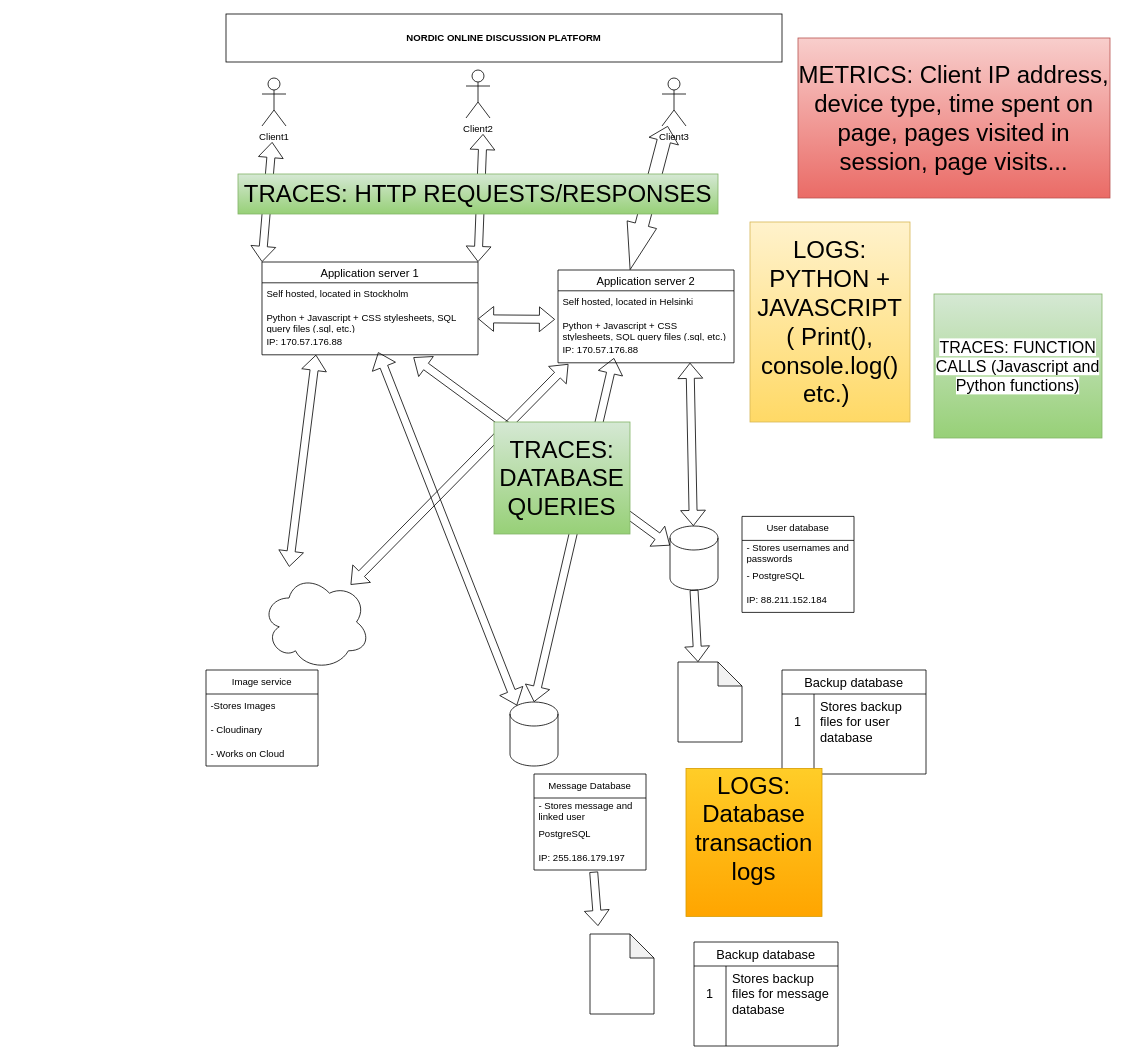
The draw.io diagram Imaginary_software.drawio in Fault-Furious/Documents, before the edit. Source tidied: cells renumbered, new cells numbered last; positions are measured from the earlier drawing's top-left corner, leaving out a move shared by most shapes. Both pictures are drawn from the tidied source at 80%, with x=0, y=0 at pixel (206, 14).
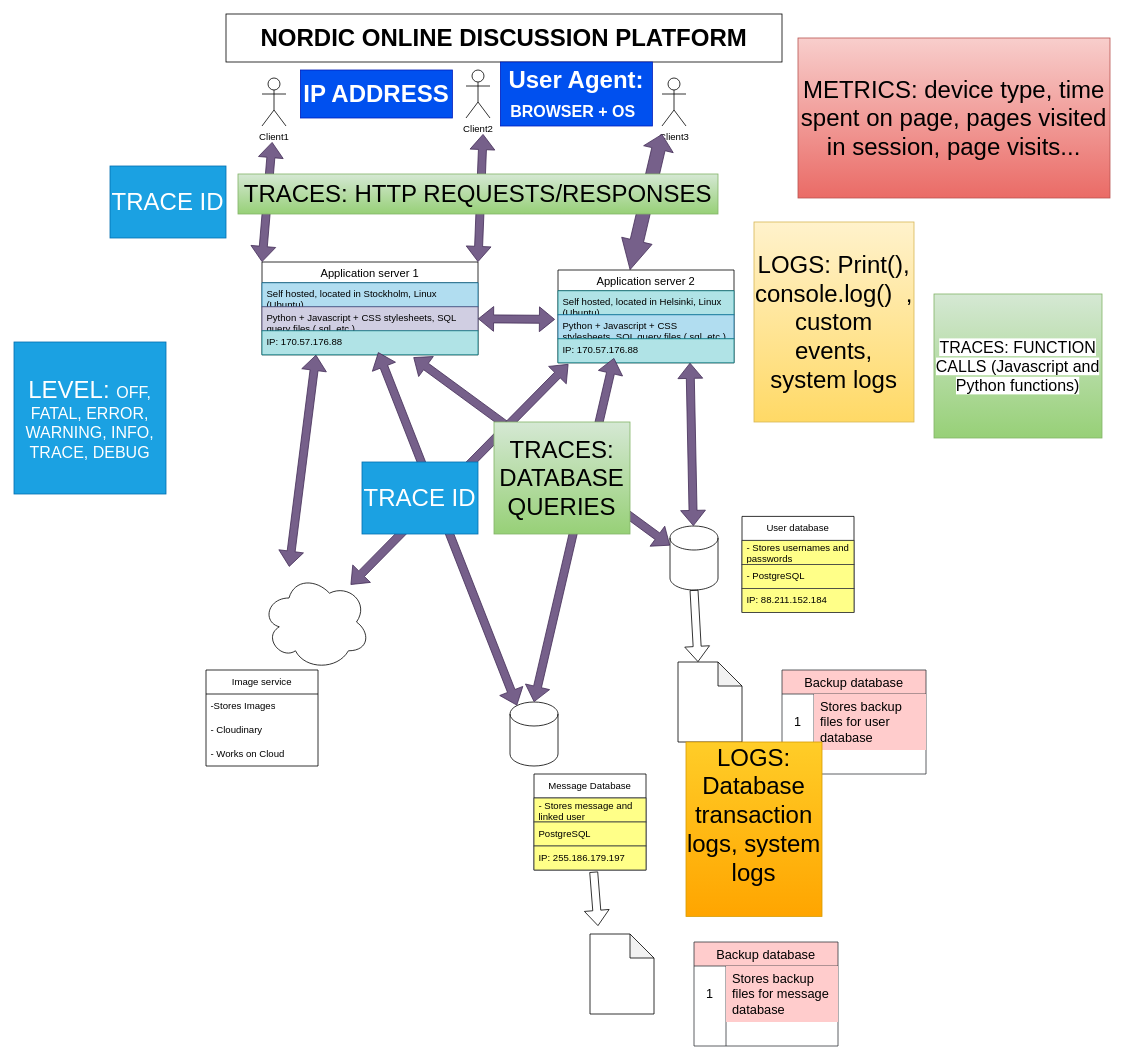
After the change.

Unchanged cells that the change refers to:
```xml
<mxCell id="3" value="Client3" style="shape=umlActor;verticalLabelPosition=bottom;verticalAlign=top;html=1;outlineConnect=0;" parent="1" vertex="1">
  <mxGeometry x="570" y="80" width="30" height="60" as="geometry" />
</mxCell>
<mxCell id="5" style="shape=cylinder3;whiteSpace=wrap;html=1;boundedLbl=1;backgroundOutline=1;size=15;" parent="1" vertex="1">
  <mxGeometry x="580" y="640" width="60" height="80" as="geometry" />
</mxCell>
<mxCell id="16" value="Application server 1" style="swimlane;fontStyle=0;horizontal=1;startSize=26;align=center;fontSize=14;" parent="1" vertex="1">
  <mxGeometry x="70" y="310" width="270" height="116" as="geometry" />
</mxCell>
<mxCell id="20" value="Application server 2" style="swimlane;fontStyle=0;horizontal=1;startSize=26;align=center;fontSize=14;" parent="1" vertex="1">
  <mxGeometry x="440" y="320" width="220" height="116" as="geometry" />
</mxCell>
<mxCell id="25" value="User database" style="swimlane;fontStyle=0;horizontal=1;startSize=30;whiteSpace=wrap;html=1;" parent="1" vertex="1">
  <mxGeometry x="670" y="628" width="140" height="120" as="geometry" />
</mxCell>
<mxCell id="29" style="shape=cylinder3;whiteSpace=wrap;html=1;boundedLbl=1;backgroundOutline=1;size=15;" parent="1" vertex="1">
  <mxGeometry x="380" y="860" width="60" height="80" as="geometry" />
</mxCell>
<mxCell id="32" value="Message Database" style="swimlane;fontStyle=0;horizontal=1;startSize=30;whiteSpace=wrap;html=1;" parent="1" vertex="1">
  <mxGeometry x="410" y="950" width="140" height="120" as="geometry" />
</mxCell>
<mxCell id="42" style="shape=tableRow;horizontal=0;startSize=0;swimlaneHead=0;swimlaneBody=0;top=0;left=0;bottom=0;right=0;fillColor=none;strokeColor=inherit;fontSize=16;" parent="41" vertex="1">
  <mxGeometry y="30" width="180" height="70" as="geometry" />
</mxCell>
<mxCell id="50" style="shape=tableRow;horizontal=0;startSize=0;swimlaneHead=0;swimlaneBody=0;top=0;left=0;bottom=0;right=0;fillColor=none;strokeColor=inherit;fontSize=16;" parent="49" vertex="1">
  <mxGeometry y="30" width="180" height="70" as="geometry" />
</mxCell>
```

Diff of the diagram source:
```diff
@@
-    <mxCell id="7" style="shape=flexArrow;endArrow=classic;startArrow=classic;html=1;rounded=0;exitX=0.4;exitY=0.1;exitDx=0;exitDy=0;exitPerimeter=0;entryX=0.25;entryY=1;entryDx=0;entryDy=0;" parent="1" edge="1" target="16">
+    <mxCell id="7" style="shape=flexArrow;endArrow=classic;startArrow=classic;html=1;rounded=0;exitX=0.4;exitY=0.1;exitDx=0;exitDy=0;exitPerimeter=0;entryX=0.25;entryY=1;entryDx=0;entryDy=0;fillColor=#76608a;strokeColor=#432D57;" parent="1" edge="1" target="16">
       <mxGeometry relative="1" as="geometry">
         <mxPoint x="104" y="691" as="sourcePoint" />
       </mxGeometry>
     </mxCell>
-    <mxCell id="8" style="shape=flexArrow;endArrow=classic;startArrow=classic;html=1;rounded=0;entryX=1;entryY=1;entryDx=0;entryDy=0;entryPerimeter=0;exitX=1;exitY=0;exitDx=0;exitDy=0;" parent="1" edge="1" source="16">
+    <mxCell id="8" style="shape=flexArrow;endArrow=classic;startArrow=classic;html=1;rounded=0;entryX=1;entryY=1;entryDx=0;entryDy=0;entryPerimeter=0;exitX=1;exitY=0;exitDx=0;exitDy=0;fillColor=#76608a;strokeColor=#432D57;" parent="1" edge="1" source="16">
       <mxGeometry relative="1" as="geometry">
         <mxPoint x="346.3" y="150" as="targetPoint" />
       </mxGeometry>
     </mxCell>
-    <mxCell id="9" style="shape=flexArrow;endArrow=classic;startArrow=classic;html=1;rounded=0;exitX=0.75;exitY=0;exitDx=0;exitDy=0;width=17;startSize=19;" parent="1" edge="1" target="3">
+    <mxCell id="9" style="shape=flexArrow;endArrow=classic;startArrow=classic;html=1;rounded=0;exitX=0.75;exitY=0;exitDx=0;exitDy=0;width=17;startSize=12;fillColor=#76608a;strokeColor=#432D57;startWidth=21;" parent="1" edge="1">
       <mxGeometry relative="1" as="geometry">
         <mxPoint x="530" y="320" as="sourcePoint" />
+        <mxPoint x="570" y="150" as="targetPoint" />
       </mxGeometry>
     </mxCell>
-    <mxCell id="10" style="shape=flexArrow;endArrow=classic;startArrow=classic;html=1;rounded=0;exitX=0.145;exitY=0;exitDx=0;exitDy=4.35;exitPerimeter=0;entryX=0.701;entryY=1.104;entryDx=0;entryDy=0;entryPerimeter=0;" parent="1" edge="1" target="19">
+    <mxCell id="10" style="shape=flexArrow;endArrow=classic;startArrow=classic;html=1;rounded=0;exitX=0.145;exitY=0;exitDx=0;exitDy=4.35;exitPerimeter=0;entryX=0.701;entryY=1.104;entryDx=0;entryDy=0;entryPerimeter=0;fillColor=#76608a;strokeColor=#432D57;" parent="1" edge="1" target="19">
       <mxGeometry relative="1" as="geometry">
         <mxPoint x="580" y="664.3" as="sourcePoint" />
       </mxGeometry>
     </mxCell>
@@
-    <mxCell id="12" style="shape=flexArrow;endArrow=classic;startArrow=classic;html=1;rounded=0;entryX=0;entryY=0;entryDx=0;entryDy=0;" parent="1" edge="1" target="16">
+    <mxCell id="12" style="shape=flexArrow;endArrow=classic;startArrow=classic;html=1;rounded=0;entryX=0;entryY=0;entryDx=0;entryDy=0;fillColor=#76608a;strokeColor=#432D57;" parent="1" edge="1" target="16">
       <mxGeometry relative="1" as="geometry">
         <mxPoint x="82.7" y="160" as="sourcePoint" />
       </mxGeometry>
     </mxCell>
-    <mxCell id="13" style="shape=flexArrow;endArrow=classic;startArrow=classic;html=1;rounded=0;entryX=-0.017;entryY=0.191;entryDx=0;entryDy=0;exitX=1;exitY=0.5;exitDx=0;exitDy=0;entryPerimeter=0;" parent="1" edge="1" source="18" target="22">
+    <mxCell id="13" style="shape=flexArrow;endArrow=classic;startArrow=classic;html=1;rounded=0;entryX=-0.017;entryY=0.191;entryDx=0;entryDy=0;exitX=1;exitY=0.5;exitDx=0;exitDy=0;entryPerimeter=0;fillColor=#76608a;strokeColor=#432D57;" parent="1" edge="1" source="18" target="22">
       <mxGeometry relative="1" as="geometry" />
     </mxCell>
-    <mxCell id="14" style="shape=flexArrow;endArrow=classic;startArrow=classic;html=1;rounded=0;entryX=0.75;entryY=1;entryDx=0;entryDy=0;" parent="1" edge="1" source="5" target="20">
+    <mxCell id="14" style="shape=flexArrow;endArrow=classic;startArrow=classic;html=1;rounded=0;entryX=0.75;entryY=1;entryDx=0;entryDy=0;fillColor=#76608a;strokeColor=#432D57;" parent="1" edge="1" source="5" target="20">
       <mxGeometry relative="1" as="geometry" />
     </mxCell>
-    <mxCell id="15" style="shape=flexArrow;endArrow=classic;startArrow=classic;html=1;rounded=0;exitX=0.88;exitY=0.25;exitDx=0;exitDy=0;exitPerimeter=0;entryX=0.059;entryY=1.051;entryDx=0;entryDy=0;entryPerimeter=0;" parent="1" edge="1" target="23">
+    <mxCell id="15" style="shape=flexArrow;endArrow=classic;startArrow=classic;html=1;rounded=0;exitX=0.88;exitY=0.25;exitDx=0;exitDy=0;exitPerimeter=0;entryX=0.059;entryY=1.051;entryDx=0;entryDy=0;entryPerimeter=0;fillColor=#76608a;strokeColor=#432D57;" parent="1" edge="1" target="23">
       <mxGeometry relative="1" as="geometry">
         <mxPoint x="180.8" y="713.5" as="sourcePoint" />
       </mxGeometry>
     </mxCell>
@@
-    <mxCell id="17" value="Self hosted, located in Stockholm" style="text;strokeColor=none;fillColor=none;spacingLeft=4;spacingRight=4;overflow=hidden;fontSize=12;whiteSpace=wrap;html=1;" parent="16" vertex="1">
+    <mxCell id="17" value="Self hosted, located in Stockholm, Linux (Ubuntu)" style="text;spacingLeft=4;spacingRight=4;overflow=hidden;fontSize=12;whiteSpace=wrap;html=1;fillColor=#b1ddf0;strokeColor=#10739e;" parent="16" vertex="1">
       <mxGeometry y="26" width="270" height="30" as="geometry" />
     </mxCell>
-    <mxCell id="18" value="Python + Javascript + CSS stylesheets,&amp;nbsp;SQL query files (.sql, etc.)" style="text;strokeColor=none;fillColor=none;spacingLeft=4;spacingRight=4;overflow=hidden;points=[[0,0.5],[1,0.5]];portConstraint=eastwest;fontSize=12;whiteSpace=wrap;html=1;" parent="16" vertex="1">
+    <mxCell id="18" value="Python + Javascript + CSS stylesheets,&amp;nbsp;SQL query files (.sql, etc.)" style="text;strokeColor=#56517e;fillColor=#d0cee2;spacingLeft=4;spacingRight=4;overflow=hidden;points=[[0,0.5],[1,0.5]];portConstraint=eastwest;fontSize=12;whiteSpace=wrap;html=1;" parent="16" vertex="1">
       <mxGeometry y="56" width="270" height="30" as="geometry" />
     </mxCell>
-    <mxCell id="19" value="IP: 170.57.176.88" style="text;strokeColor=none;fillColor=none;spacingLeft=4;spacingRight=4;overflow=hidden;points=[[0,0.5],[1,0.5]];portConstraint=eastwest;fontSize=12;whiteSpace=wrap;html=1;" parent="16" vertex="1">
+    <mxCell id="19" value="IP: 170.57.176.88" style="text;strokeColor=#0e8088;fillColor=#b0e3e6;spacingLeft=4;spacingRight=4;overflow=hidden;points=[[0,0.5],[1,0.5]];portConstraint=eastwest;fontSize=12;whiteSpace=wrap;html=1;" parent="16" vertex="1">
       <mxGeometry y="86" width="270" height="30" as="geometry" />
     </mxCell>
@@
-    <mxCell id="21" value="Self hosted, located in Helsinki" style="text;strokeColor=none;fillColor=none;spacingLeft=4;spacingRight=4;overflow=hidden;fontSize=12;whiteSpace=wrap;html=1;" parent="20" vertex="1">
+    <mxCell id="21" value="Self hosted, located in Helsinki, Linux (Ubuntu)" style="text;strokeColor=#0e8088;fillColor=#b0e3e6;spacingLeft=4;spacingRight=4;overflow=hidden;fontSize=12;whiteSpace=wrap;html=1;" parent="20" vertex="1">
       <mxGeometry y="26" width="220" height="30" as="geometry" />
     </mxCell>
-    <mxCell id="22" value="Python + Javascript + CSS stylesheets, SQL query files (.sql, etc.)" style="text;strokeColor=none;fillColor=none;spacingLeft=4;spacingRight=4;overflow=hidden;points=[[0,0.5],[1,0.5]];portConstraint=eastwest;fontSize=12;whiteSpace=wrap;html=1;" parent="20" vertex="1">
+    <mxCell id="22" value="Python + Javascript + CSS stylesheets, SQL query files (.sql, etc.)" style="text;strokeColor=#10739e;fillColor=#b1ddf0;spacingLeft=4;spacingRight=4;overflow=hidden;points=[[0,0.5],[1,0.5]];portConstraint=eastwest;fontSize=12;whiteSpace=wrap;html=1;" parent="20" vertex="1">
       <mxGeometry y="56" width="220" height="30" as="geometry" />
     </mxCell>
-    <mxCell id="23" value="IP: 170.57.176.88" style="text;strokeColor=none;fillColor=none;spacingLeft=4;spacingRight=4;overflow=hidden;points=[[0,0.5],[1,0.5]];portConstraint=eastwest;fontSize=12;whiteSpace=wrap;html=1;" parent="20" vertex="1">
+    <mxCell id="23" value="IP: 170.57.176.88" style="text;strokeColor=#0e8088;fillColor=#b0e3e6;spacingLeft=4;spacingRight=4;overflow=hidden;points=[[0,0.5],[1,0.5]];portConstraint=eastwest;fontSize=12;whiteSpace=wrap;html=1;" parent="20" vertex="1">
       <mxGeometry y="86" width="220" height="30" as="geometry" />
     </mxCell>
-    <mxCell id="24" value="&lt;b&gt;NORDIC ONLINE DISCUSSION PLATFORM&lt;/b&gt;" style="rounded=0;whiteSpace=wrap;html=1;" parent="1" vertex="1">
+    <mxCell id="24" value="&lt;font style=&quot;font-size: 30px;&quot;&gt;&lt;b&gt;NORDIC ONLINE DISCUSSION PLATFORM&lt;/b&gt;&lt;/font&gt;" style="rounded=0;whiteSpace=wrap;html=1;" parent="1" vertex="1">
       <mxGeometry x="25" width="695" height="60" as="geometry" />
     </mxCell>
@@
-    <mxCell id="26" value="- Stores usernames and passwords" style="text;strokeColor=none;fillColor=none;align=left;verticalAlign=middle;spacingLeft=4;spacingRight=4;overflow=hidden;whiteSpace=wrap;html=1;" parent="25" vertex="1">
+    <mxCell id="26" value="- Stores usernames and passwords" style="text;strokeColor=#36393d;fillColor=#ffff88;align=left;verticalAlign=middle;spacingLeft=4;spacingRight=4;overflow=hidden;whiteSpace=wrap;html=1;" parent="25" vertex="1">
       <mxGeometry y="30" width="140" height="30" as="geometry" />
     </mxCell>
-    <mxCell id="27" value="- PostgreSQL" style="text;strokeColor=none;fillColor=none;align=left;verticalAlign=middle;spacingLeft=4;spacingRight=4;overflow=hidden;whiteSpace=wrap;html=1;" parent="25" vertex="1">
+    <mxCell id="27" value="- PostgreSQL" style="text;strokeColor=#36393d;fillColor=#ffff88;align=left;verticalAlign=middle;spacingLeft=4;spacingRight=4;overflow=hidden;whiteSpace=wrap;html=1;" parent="25" vertex="1">
       <mxGeometry y="60" width="140" height="30" as="geometry" />
     </mxCell>
-    <mxCell id="28" value="IP: 88.211.152.184" style="text;strokeColor=none;fillColor=none;align=left;verticalAlign=middle;spacingLeft=4;spacingRight=4;overflow=hidden;whiteSpace=wrap;html=1;" parent="25" vertex="1">
+    <mxCell id="28" value="IP: 88.211.152.184" style="text;strokeColor=#36393d;fillColor=#ffff88;align=left;verticalAlign=middle;spacingLeft=4;spacingRight=4;overflow=hidden;whiteSpace=wrap;html=1;" parent="25" vertex="1">
       <mxGeometry y="90" width="140" height="30" as="geometry" />
     </mxCell>
@@
-    <mxCell id="30" style="shape=flexArrow;endArrow=classic;startArrow=classic;html=1;rounded=0;entryX=0.5;entryY=0;entryDx=0;entryDy=0;entryPerimeter=0;" parent="1" edge="1" target="29">
+    <mxCell id="30" style="shape=flexArrow;endArrow=classic;startArrow=classic;html=1;rounded=0;entryX=0.5;entryY=0;entryDx=0;entryDy=0;entryPerimeter=0;fillColor=#76608a;strokeColor=#432D57;" parent="1" edge="1" target="29">
       <mxGeometry relative="1" as="geometry">
         <mxPoint x="510" y="430" as="sourcePoint" />
       </mxGeometry>
     </mxCell>
-    <mxCell id="31" style="shape=flexArrow;endArrow=classic;startArrow=classic;html=1;rounded=0;entryX=0.538;entryY=0.893;entryDx=0;entryDy=0;entryPerimeter=0;exitX=0.145;exitY=0;exitDx=0;exitDy=4.35;exitPerimeter=0;" parent="1" edge="1" source="29" target="19">
+    <mxCell id="31" style="shape=flexArrow;endArrow=classic;startArrow=classic;html=1;rounded=0;entryX=0.538;entryY=0.893;entryDx=0;entryDy=0;entryPerimeter=0;exitX=0.145;exitY=0;exitDx=0;exitDy=4.35;exitPerimeter=0;fillColor=#76608a;strokeColor=#432D57;" parent="1" edge="1" source="29" target="19">
       <mxGeometry relative="1" as="geometry" />
     </mxCell>
@@
-    <mxCell id="33" value="- Stores message and linked user" style="text;strokeColor=none;fillColor=none;align=left;verticalAlign=middle;spacingLeft=4;spacingRight=4;overflow=hidden;whiteSpace=wrap;html=1;" parent="32" vertex="1">
+    <mxCell id="33" value="- Stores message and linked user" style="text;strokeColor=#36393d;fillColor=#ffff88;align=left;verticalAlign=middle;spacingLeft=4;spacingRight=4;overflow=hidden;whiteSpace=wrap;html=1;" parent="32" vertex="1">
       <mxGeometry y="30" width="140" height="30" as="geometry" />
     </mxCell>
-    <mxCell id="34" value="PostgreSQL" style="text;strokeColor=none;fillColor=none;align=left;verticalAlign=middle;spacingLeft=4;spacingRight=4;overflow=hidden;whiteSpace=wrap;html=1;" parent="32" vertex="1">
+    <mxCell id="34" value="PostgreSQL" style="text;strokeColor=#36393d;fillColor=#ffff88;align=left;verticalAlign=middle;spacingLeft=4;spacingRight=4;overflow=hidden;whiteSpace=wrap;html=1;" parent="32" vertex="1">
       <mxGeometry y="60" width="140" height="30" as="geometry" />
     </mxCell>
-    <mxCell id="35" value="IP: 255.186.179.197 " style="text;strokeColor=none;fillColor=none;align=left;verticalAlign=middle;spacingLeft=4;spacingRight=4;overflow=hidden;points=[[0,0.5],[1,0.5]];portConstraint=eastwest;whiteSpace=wrap;html=1;" parent="32" vertex="1">
+    <mxCell id="35" value="IP: 255.186.179.197 " style="text;strokeColor=#36393d;fillColor=#ffff88;align=left;verticalAlign=middle;spacingLeft=4;spacingRight=4;overflow=hidden;points=[[0,0.5],[1,0.5]];portConstraint=eastwest;whiteSpace=wrap;html=1;" parent="32" vertex="1">
       <mxGeometry y="90" width="140" height="30" as="geometry" />
     </mxCell>
@@
-    <mxCell id="41" value="Backup database" style="shape=table;startSize=30;childLayout=tableLayout;rowLines=0;fontStyle=0;strokeColor=default;fontSize=16;" parent="1" vertex="1">
+    <mxCell id="41" value="Backup database" style="shape=table;startSize=30;childLayout=tableLayout;rowLines=0;fontStyle=0;strokeColor=#36393d;fontSize=16;fillColor=#ffcccc;" parent="1" vertex="1">
       <mxGeometry x="720" y="820" width="180" height="130" as="geometry" />
     </mxCell>
@@
-    <mxCell id="44" value="Stores backup files for user database" style="shape=partialRectangle;html=1;whiteSpace=wrap;fillColor=none;top=0;left=0;bottom=0;right=0;align=left;spacingLeft=6;overflow=hidden;strokeColor=inherit;fontSize=16;" parent="42" vertex="1">
+    <mxCell id="44" value="Stores backup files for user database" style="shape=partialRectangle;html=1;whiteSpace=wrap;fillColor=#ffcccc;top=0;left=0;bottom=0;right=0;align=left;spacingLeft=6;overflow=hidden;strokeColor=#36393d;fontSize=16;" parent="42" vertex="1">
       <mxGeometry x="40" width="140" height="70" as="geometry" />
     </mxCell>
@@
-    <mxCell id="49" value="Backup database" style="shape=table;startSize=30;childLayout=tableLayout;rowLines=0;fontStyle=0;strokeColor=default;fontSize=16;" parent="1" vertex="1">
+    <mxCell id="49" value="Backup database" style="shape=table;startSize=30;childLayout=tableLayout;rowLines=0;fontStyle=0;strokeColor=#36393d;fontSize=16;fillColor=#ffcccc;" parent="1" vertex="1">
       <mxGeometry x="610" y="1160" width="180" height="130" as="geometry" />
     </mxCell>
@@
-    <mxCell id="52" value="Stores backup files for message database" style="shape=partialRectangle;html=1;whiteSpace=wrap;fillColor=none;top=0;left=0;bottom=0;right=0;align=left;spacingLeft=6;overflow=hidden;strokeColor=inherit;fontSize=16;" parent="50" vertex="1">
+    <mxCell id="52" value="Stores backup files for message database" style="shape=partialRectangle;html=1;whiteSpace=wrap;fillColor=#ffcccc;top=0;left=0;bottom=0;right=0;align=left;spacingLeft=6;overflow=hidden;strokeColor=#36393d;fontSize=16;" parent="50" vertex="1">
       <mxGeometry x="40" width="140" height="70" as="geometry" />
     </mxCell>
@@
-    <mxCell id="58" value="&lt;font style=&quot;font-size: 30px;&quot;&gt;LOGS: PYTHON + JAVASCRIPT ( Print(), console.log() etc.)&amp;nbsp;&lt;/font&gt;" style="text;html=1;whiteSpace=wrap;strokeColor=#d6b656;fillColor=#fff2cc;align=center;verticalAlign=middle;rounded=0;gradientColor=#ffd966;" parent="1" vertex="1">
-      <mxGeometry x="680" y="260" width="200" height="250" as="geometry" />
+    <mxCell id="58" value="&lt;font style=&quot;font-size: 30px;&quot;&gt;LOGS: Print(), console.log()&amp;nbsp; , custom events, system logs&lt;/font&gt;" style="text;html=1;whiteSpace=wrap;strokeColor=#d6b656;fillColor=#fff2cc;align=center;verticalAlign=middle;rounded=0;gradientColor=#ffd966;" parent="1" vertex="1">
+      <mxGeometry x="685" y="260" width="200" height="250" as="geometry" />
     </mxCell>
@@
-    <mxCell id="60" value="&lt;div&gt;&lt;font style=&quot;font-size: 30px;&quot;&gt;LOGS:&lt;/font&gt;&lt;/div&gt;&lt;div&gt;&lt;font style=&quot;font-size: 30px;&quot;&gt;Database transaction logs&lt;/font&gt;&lt;/div&gt;&lt;div&gt;&lt;font style=&quot;font-size: 30px;&quot;&gt;&lt;br&gt;&lt;/font&gt;&lt;/div&gt;" style="text;html=1;whiteSpace=wrap;strokeColor=#d79b00;fillColor=#ffcd28;align=center;verticalAlign=middle;rounded=0;gradientColor=#ffa500;" parent="1" vertex="1">
-      <mxGeometry x="600" y="943" width="170" height="185" as="geometry" />
+    <mxCell id="60" value="&lt;div&gt;&lt;font style=&quot;font-size: 30px;&quot;&gt;LOGS:&lt;/font&gt;&lt;/div&gt;&lt;div&gt;&lt;font style=&quot;font-size: 30px;&quot;&gt;Database transaction logs, system logs&lt;/font&gt;&lt;/div&gt;&lt;div&gt;&lt;font style=&quot;font-size: 30px;&quot;&gt;&lt;br&gt;&lt;/font&gt;&lt;/div&gt;" style="text;html=1;whiteSpace=wrap;strokeColor=#d79b00;fillColor=#ffcd28;align=center;verticalAlign=middle;rounded=0;gradientColor=#ffa500;" parent="1" vertex="1">
+      <mxGeometry x="600" y="910" width="170" height="218" as="geometry" />
     </mxCell>
-    <mxCell id="61" value="&lt;font style=&quot;font-size: 30px;&quot;&gt;METRICS: Client IP address, device type, time spent on page, pages visited in session, page visits...&lt;/font&gt;" style="text;html=1;whiteSpace=wrap;strokeColor=#b85450;fillColor=#f8cecc;align=center;verticalAlign=middle;rounded=0;gradientColor=#ea6b66;" parent="1" vertex="1">
+    <mxCell id="61" value="&lt;font style=&quot;font-size: 30px;&quot;&gt;METRICS: device type, time spent on page, pages visited in session, page visits...&lt;/font&gt;" style="text;html=1;whiteSpace=wrap;strokeColor=#b85450;fillColor=#f8cecc;align=center;verticalAlign=middle;rounded=0;gradientColor=#ea6b66;" parent="1" vertex="1">
       <mxGeometry x="740" y="30" width="390" height="200" as="geometry" />
     </mxCell>
@@
+    <mxCell id="63" value="&lt;font style=&quot;font-size: 30px;&quot;&gt;&lt;b&gt;IP ADDRESS&lt;/b&gt;&lt;/font&gt;" style="rounded=0;whiteSpace=wrap;html=1;fillColor=#0050ef;fontColor=#ffffff;strokeColor=#001DBC;" parent="1" vertex="1">
+      <mxGeometry x="118" y="70" width="190" height="60" as="geometry" />
+    </mxCell>
+    <mxCell id="64" value="&lt;font style=&quot;font-size: 30px;&quot;&gt;TRACE ID&lt;/font&gt;" style="rounded=0;whiteSpace=wrap;html=1;fillColor=#1ba1e2;fontColor=#ffffff;strokeColor=#006EAF;" parent="1" vertex="1">
+      <mxGeometry x="-120" y="190" width="145" height="90" as="geometry" />
+    </mxCell>
+    <mxCell id="65" value="&lt;font style=&quot;font-size: 30px;&quot;&gt;&lt;b&gt;User Agent: &lt;/b&gt;&lt;/font&gt;&lt;font style=&quot;font-size: 20px;&quot;&gt;&lt;b&gt;BROWSER + OS&lt;/b&gt;&lt;/font&gt;&lt;font style=&quot;font-size: 30px;&quot;&gt;&lt;b&gt;&amp;nbsp;&lt;/b&gt;&lt;/font&gt;" style="rounded=0;whiteSpace=wrap;html=1;fillColor=#0050ef;fontColor=#ffffff;strokeColor=#001DBC;" parent="1" vertex="1">
+      <mxGeometry x="368" y="60" width="190" height="80" as="geometry" />
+    </mxCell>
+    <mxCell id="66" value="&lt;font style=&quot;font-size: 30px;&quot;&gt;TRACE ID&lt;/font&gt;" style="rounded=0;whiteSpace=wrap;html=1;fillColor=#1ba1e2;fontColor=#ffffff;strokeColor=#006EAF;" parent="1" vertex="1">
+      <mxGeometry x="195" y="560" width="145" height="90" as="geometry" />
+    </mxCell>
+    <mxCell id="67" value="&lt;div&gt;&lt;font style=&quot;font-size: 30px;&quot;&gt;LEVEL:&amp;nbsp;&lt;/font&gt;&lt;font style=&quot;font-size: 20px;&quot;&gt;OFF,&lt;/font&gt;&lt;/div&gt;&lt;div&gt;&lt;font style=&quot;font-size: 20px;&quot;&gt;FATAL, ERROR, WARNING, INFO, TRACE, DEBUG&lt;/font&gt;&lt;/div&gt;" style="rounded=0;whiteSpace=wrap;html=1;fillColor=#1ba1e2;fontColor=#ffffff;strokeColor=#006EAF;" parent="1" vertex="1">
+      <mxGeometry x="-240" y="410" width="190" height="190" as="geometry" />
+    </mxCell>
```
